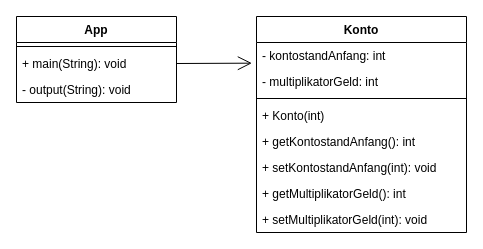
Above: page "Konto" (1 of 2) of konto.drawio in emcc01/02a_CodeLab_01 (draw.io), before the change. Source tidied: cells renumbered, new cells numbered last; positions are measured from the earlier drawing's top-left corner, leaving out a move shared by most shapes. Both pictures are drawn from the tidied source at 100%, with x=0, y=0 at pixel (16, 16).
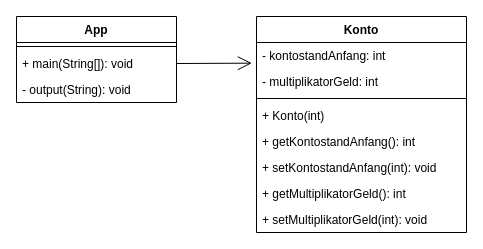
After the change.

What changed in the source:
```diff
@@
 <mxGraphModel>
   <root>
     <mxCell id="0" />
     <mxCell id="1" parent="0" />
     <mxCell id="2" value="Konto" style="swimlane;fontStyle=1;align=center;verticalAlign=top;horizontal=1;startSize=26;" parent="1" vertex="1">
       <mxGeometry x="240" width="210" height="216" as="geometry" />
     </mxCell>
     <mxCell id="3" value="- kontostandAnfang: int" style="text;strokeColor=none;fillColor=none;align=left;verticalAlign=top;spacingLeft=4;spacingRight=4;overflow=hidden;points=[[0,0.5],[1,0.5]];portConstraint=eastwest;" parent="2" vertex="1">
       <mxGeometry y="26" width="210" height="26" as="geometry" />
     </mxCell>
     <mxCell id="4" value="- multiplikatorGeld: int" style="text;strokeColor=none;fillColor=none;align=left;verticalAlign=top;spacingLeft=4;spacingRight=4;overflow=hidden;" parent="2" vertex="1">
       <mxGeometry y="52" width="210" height="26" as="geometry" />
     </mxCell>
     <mxCell id="5" style="line;strokeWidth=1;fillColor=none;align=left;verticalAlign=middle;spacingTop=-1;spacingLeft=3;spacingRight=3;labelPosition=right;" parent="2" vertex="1">
       <mxGeometry y="78" width="210" height="8" as="geometry" />
     </mxCell>
     <mxCell id="6" value="+ Konto(int)" style="text;strokeColor=none;fillColor=none;align=left;verticalAlign=top;spacingLeft=4;spacingRight=4;overflow=hidden;" parent="2" vertex="1">
       <mxGeometry y="86" width="210" height="26" as="geometry" />
     </mxCell>
     <mxCell id="7" value="+ getKontostandAnfang(): int" style="text;strokeColor=none;fillColor=none;align=left;verticalAlign=top;spacingLeft=4;spacingRight=4;overflow=hidden;" parent="2" vertex="1">
       <mxGeometry y="112" width="210" height="26" as="geometry" />
     </mxCell>
     <mxCell id="8" value="+ setKontostandAnfang(int): void" style="text;strokeColor=none;fillColor=none;align=left;verticalAlign=top;spacingLeft=4;spacingRight=4;overflow=hidden;" parent="2" vertex="1">
       <mxGeometry y="138" width="210" height="26" as="geometry" />
     </mxCell>
     <mxCell id="9" value="+ getMultiplikatorGeld(): int" style="text;strokeColor=none;fillColor=none;align=left;verticalAlign=top;spacingLeft=4;spacingRight=4;overflow=hidden;" parent="2" vertex="1">
       <mxGeometry y="164" width="210" height="26" as="geometry" />
     </mxCell>
     <mxCell id="10" value="+ setMultiplikatorGeld(int): void" style="text;strokeColor=none;fillColor=none;align=left;verticalAlign=top;spacingLeft=4;spacingRight=4;overflow=hidden;" parent="2" vertex="1">
       <mxGeometry y="190" width="210" height="26" as="geometry" />
     </mxCell>
     <mxCell id="11" value="App" style="swimlane;fontStyle=1;align=center;verticalAlign=top;horizontal=1;startSize=26;" parent="1" vertex="1">
       <mxGeometry width="160" height="86" as="geometry" />
     </mxCell>
     <mxCell id="12" style="line;strokeWidth=1;fillColor=none;align=left;verticalAlign=middle;spacingTop=-1;spacingLeft=3;spacingRight=3;labelPosition=right;strokeColor=inherit;" parent="11" vertex="1">
       <mxGeometry y="26" width="160" height="8" as="geometry" />
     </mxCell>
-    <mxCell id="13" value="+ main(String): void" style="text;strokeColor=none;fillColor=none;align=left;verticalAlign=top;spacingLeft=4;spacingRight=4;overflow=hidden;points=[[0,0.5],[1,0.5]];portConstraint=eastwest;" parent="11" vertex="1">
+    <mxCell id="13" value="+ main(String[]): void" style="text;strokeColor=none;fillColor=none;align=left;verticalAlign=top;spacingLeft=4;spacingRight=4;overflow=hidden;points=[[0,0.5],[1,0.5]];portConstraint=eastwest;" parent="11" vertex="1">
       <mxGeometry y="34" width="160" height="26" as="geometry" />
     </mxCell>
     <mxCell id="14" value="- output(String): void" style="text;strokeColor=none;fillColor=none;align=left;verticalAlign=top;spacingLeft=4;spacingRight=4;overflow=hidden;" parent="11" vertex="1">
       <mxGeometry y="60" width="160" height="26" as="geometry" />
     </mxCell>
     <mxCell id="15" style="endArrow=open;endFill=1;endSize=12;html=1;exitX=1;exitY=0.5;exitDx=0;exitDy=0;entryX=-0.022;entryY=0.795;entryDx=0;entryDy=0;entryPerimeter=0;" parent="1" edge="1" source="13" target="3">
       <mxGeometry relative="1" as="geometry" />
     </mxCell>
   </root>
 </mxGraphModel>
```
